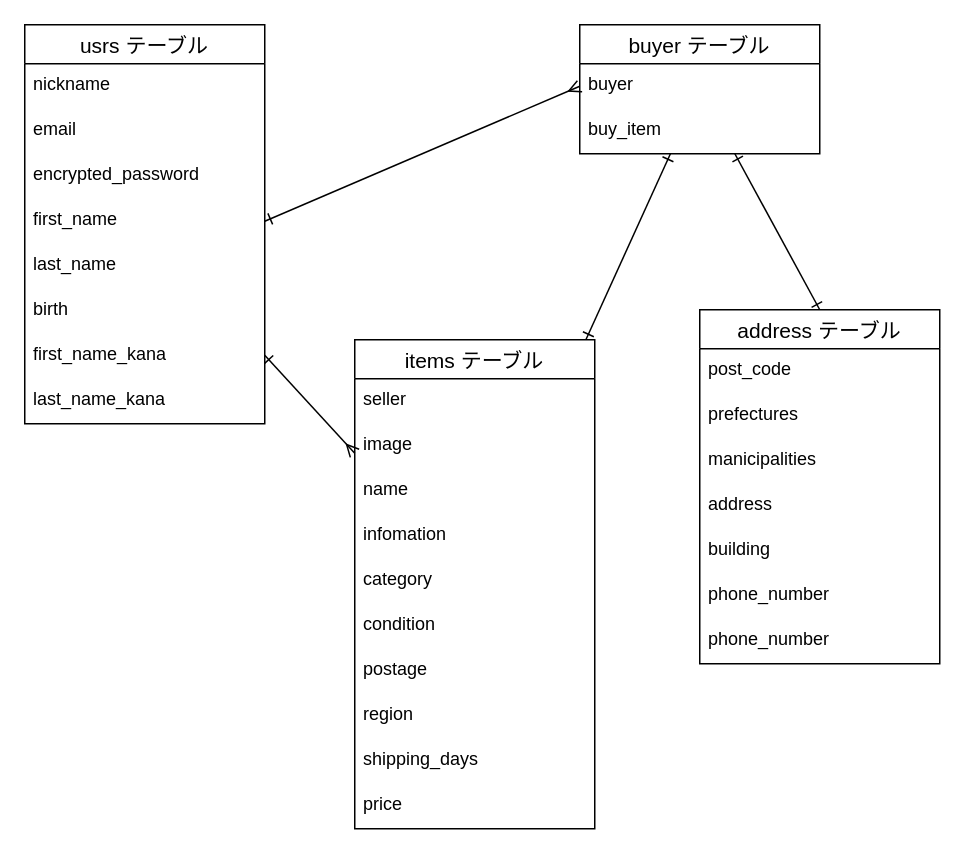
Earlier version of the draw.io diagram er.dio (tiyodakoki/furima-38022). Source tidied: cells renumbered, new cells numbered last; positions are measured from the earlier drawing's top-left corner, leaving out a move shared by most shapes. Both pictures are drawn from the tidied source at 150%, with x=0, y=0 at pixel (24, 24).
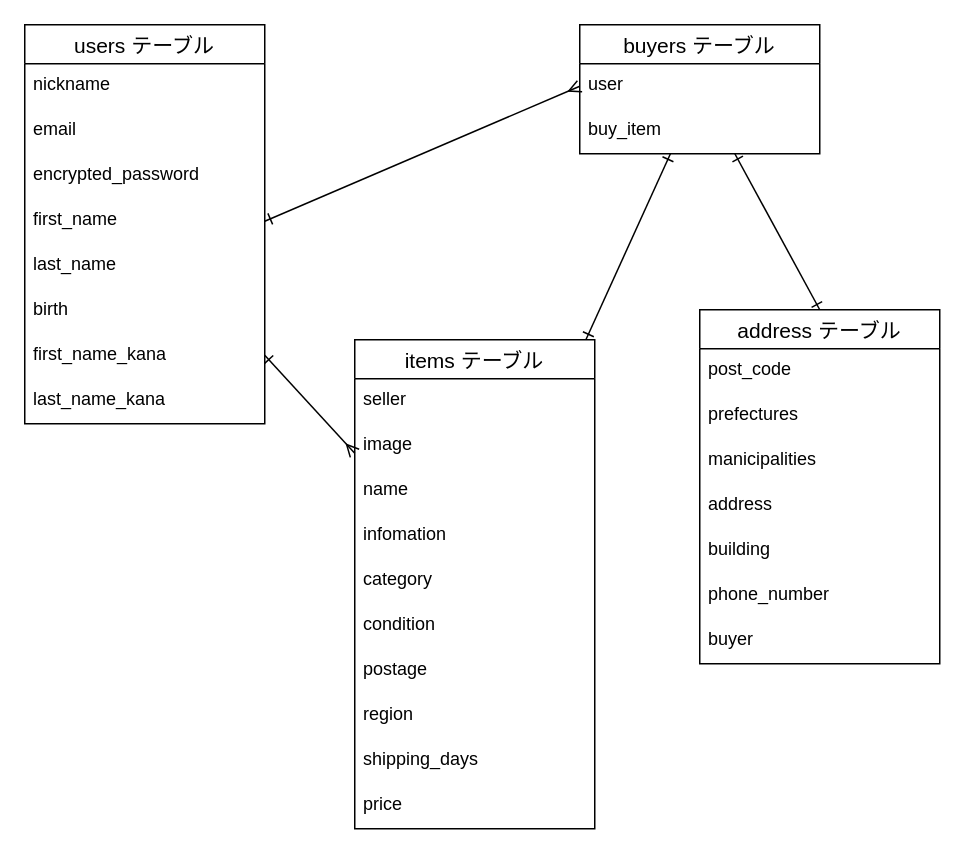
Above is the later version.

The change refers to these unchanged cells:
```xml
<mxCell id="24" value="address テーブル" style="swimlane;fontStyle=0;horizontal=1;startSize=26;align=center;fontSize=14;" parent="1" vertex="1">
  <mxGeometry x="450" y="190" width="160" height="236" as="geometry" />
</mxCell>
```

Diff of the diagram source:
```diff
@@
-    <mxCell id="3" value="usrs テーブル" style="swimlane;fontStyle=0;horizontal=1;startSize=26;align=center;fontSize=14;" parent="1" vertex="1">
+    <mxCell id="3" value="users テーブル" style="swimlane;fontStyle=0;horizontal=1;startSize=26;align=center;fontSize=14;" parent="1" vertex="1">
       <mxGeometry width="160" height="266" as="geometry" />
     </mxCell>
@@
-    <mxCell id="31" value="phone_number" style="text;strokeColor=none;fillColor=none;spacingLeft=4;spacingRight=4;overflow=hidden;fontSize=12;" parent="24" vertex="1">
+    <mxCell id="31" value="buyer" style="text;strokeColor=none;fillColor=none;spacingLeft=4;spacingRight=4;overflow=hidden;fontSize=12;" parent="24" vertex="1">
       <mxGeometry y="206" width="160" height="30" as="geometry" />
     </mxCell>
@@
-    <mxCell id="33" value="buyer テーブル" style="swimlane;fontStyle=0;horizontal=1;startSize=26;align=center;fontSize=14;" parent="1" vertex="1">
+    <mxCell id="33" value="buyers テーブル" style="swimlane;fontStyle=0;horizontal=1;startSize=26;align=center;fontSize=14;" parent="1" vertex="1">
       <mxGeometry x="370" width="160" height="86" as="geometry" />
     </mxCell>
-    <mxCell id="34" value="buyer" style="text;strokeColor=none;fillColor=none;spacingLeft=4;spacingRight=4;overflow=hidden;points=[[0,0.5],[1,0.5]];portConstraint=eastwest;fontSize=12;" parent="33" vertex="1">
+    <mxCell id="34" value="user" style="text;strokeColor=none;fillColor=none;spacingLeft=4;spacingRight=4;overflow=hidden;points=[[0,0.5],[1,0.5]];portConstraint=eastwest;fontSize=12;" parent="33" vertex="1">
       <mxGeometry y="26" width="160" height="30" as="geometry" />
     </mxCell>
```
